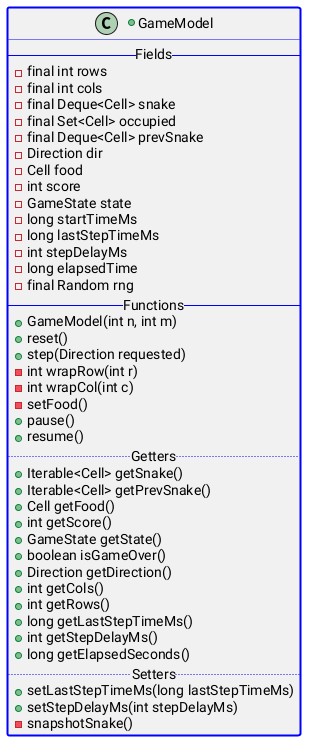
Before: src/main/ClassDiagram/ModelDiagram.png, a diagram exported from PlantUML (CamerJunker/Snake).
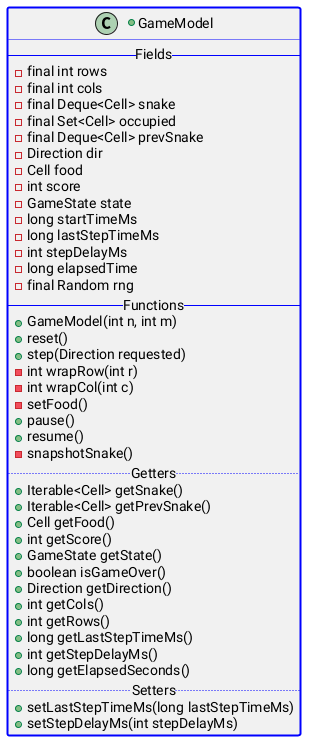
The same file after the commit.

What changed in the source:
```diff
@@ -24,6 +24,7 @@
     -setFood()
     +pause()
     +resume()
+    -snapshotSnake()
     .. Getters ..
     +Iterable<Cell> getSnake()
     +Iterable<Cell> getPrevSnake()
@@ -40,6 +41,5 @@
     .. Setters ..
     +setLastStepTimeMs(long lastStepTimeMs)
     +setStepDelayMs(int stepDelayMs)
-    -snapshotSnake()
 }
 @enduml
```
